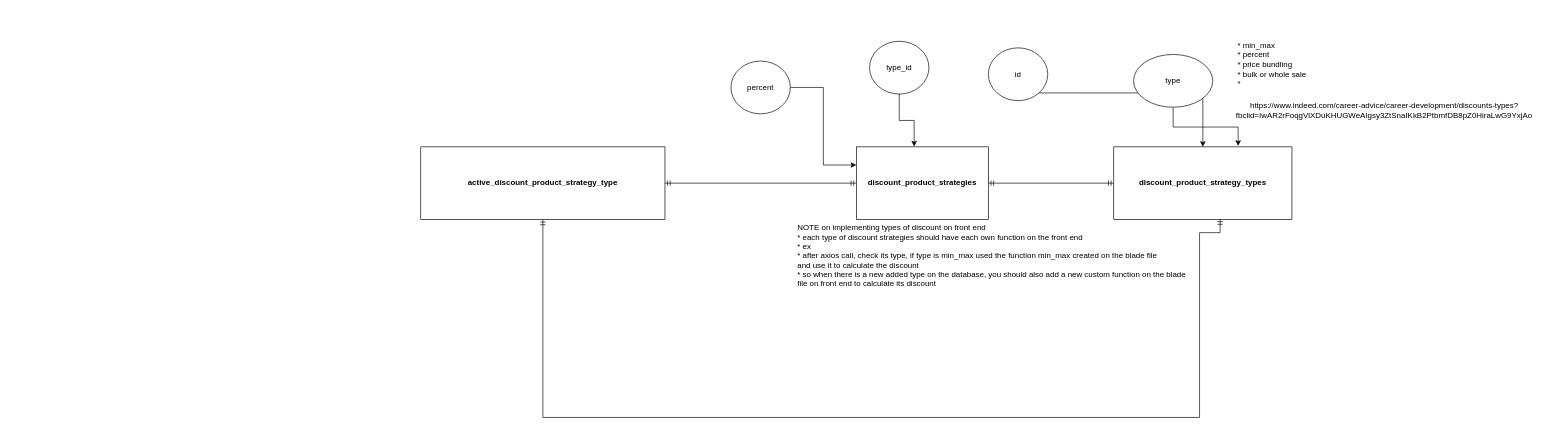
This is discount strategy.drawio from janpaulalmanoche/zz, a draw.io file, before an edit. Source tidied: cells renumbered, new cells numbered last; positions are measured from the earlier drawing's top-left corner, leaving out a move shared by most shapes. Both pictures are drawn from the tidied source at 66%, with x=0, y=0 at pixel (420, 41).
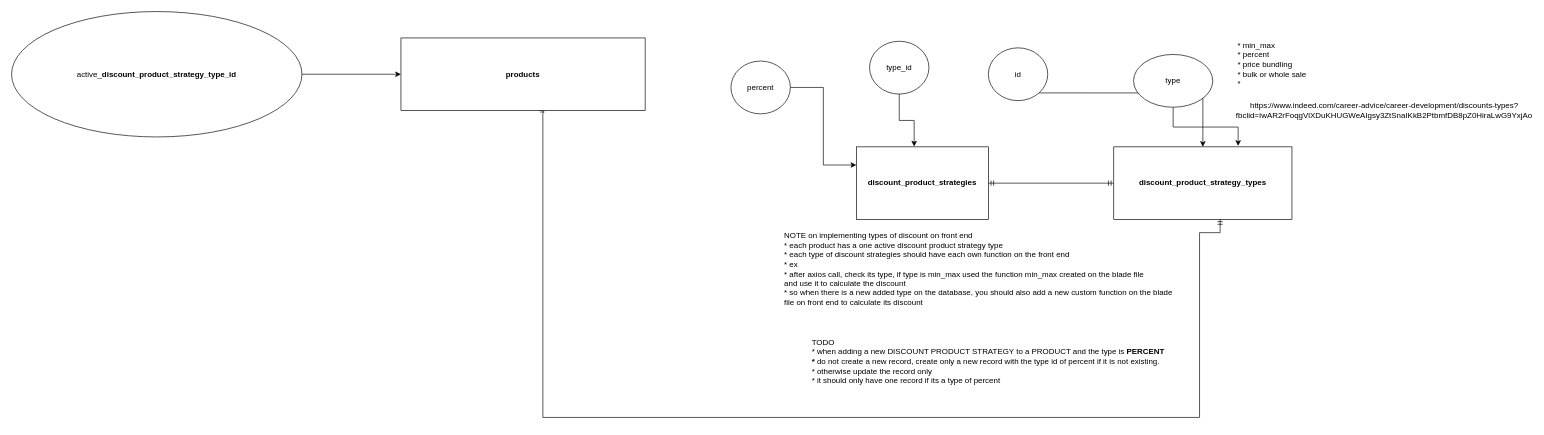
Above is the later version.

Unchanged cells that the change refers to:
```xml
<mxCell id="2" value="&lt;b&gt;discount_product_strategies&lt;/b&gt;" style="rounded=0;whiteSpace=wrap;html=1;" parent="1" vertex="1">
  <mxGeometry x="660" y="160" width="200" height="110" as="geometry" />
</mxCell>
<mxCell id="4" value="&lt;b&gt;discount_product_strategy_types&lt;/b&gt;" style="rounded=0;whiteSpace=wrap;html=1;" parent="1" vertex="1">
  <mxGeometry x="1050" y="160" width="270" height="110" as="geometry" />
</mxCell>
```

Change to the diagram source:
```diff
@@
-    <mxCell id="15" value="&lt;div style=&quot;text-align: left&quot;&gt;NOTE on implementing types of discount on front end&lt;/div&gt;&lt;div style=&quot;text-align: left&quot;&gt;* each type of discount strategies should have each own function on the front end&lt;/div&gt;&lt;div style=&quot;text-align: left&quot;&gt;* ex&lt;/div&gt;&lt;div style=&quot;text-align: left&quot;&gt;* after axios call, check its type, if type is min_max used the function min_max created on the blade file&lt;/div&gt;&lt;div style=&quot;text-align: left&quot;&gt;and use it to calculate the discount&lt;/div&gt;&lt;div style=&quot;text-align: left&quot;&gt;* so when there is a new added type on the database, you should also add a new custom function on the blade file on front end to calculate its discount&lt;/div&gt;" style="text;html=1;strokeColor=none;fillColor=none;align=center;verticalAlign=middle;whiteSpace=wrap;rounded=0;" parent="1" vertex="1">
-      <mxGeometry x="570" y="310" width="600" height="30" as="geometry" />
+    <mxCell id="15" value="&lt;div style=&quot;text-align: left&quot;&gt;NOTE on implementing types of discount on front end&lt;/div&gt;&lt;div style=&quot;text-align: left&quot;&gt;* each product has a one active discount product strategy type&lt;/div&gt;&lt;div style=&quot;text-align: left&quot;&gt;* each type of discount strategies should have each own function on the front end&lt;/div&gt;&lt;div style=&quot;text-align: left&quot;&gt;* ex&lt;/div&gt;&lt;div style=&quot;text-align: left&quot;&gt;* after axios call, check its type, if type is min_max used the function min_max created on the blade file&lt;/div&gt;&lt;div style=&quot;text-align: left&quot;&gt;and use it to calculate the discount&lt;/div&gt;&lt;div style=&quot;text-align: left&quot;&gt;* so when there is a new added type on the database, you should also add a new custom function on the blade file on front end to calculate its discount&lt;/div&gt;" style="text;html=1;strokeColor=none;fillColor=none;align=center;verticalAlign=middle;whiteSpace=wrap;rounded=0;" parent="1" vertex="1">
+      <mxGeometry x="550" y="265" width="600" height="160" as="geometry" />
     </mxCell>
-    <mxCell id="16" style="edgeStyle=orthogonalEdgeStyle;rounded=0;jettySize=auto;html=1;exitX=1;exitY=0.5;exitDx=0;exitDy=0;entryX=0;entryY=0.5;entryDx=0;entryDy=0;endArrow=ERmandOne;endFill=0;strokeColor=default;startArrow=ERmandOne;startFill=0;" parent="1" edge="1" source="18" target="2">
-      <mxGeometry relative="1" as="geometry" />
-    </mxCell>
-    <mxCell id="17" style="edgeStyle=orthogonalEdgeStyle;rounded=0;jettySize=auto;html=1;exitX=0.5;exitY=1;exitDx=0;exitDy=0;entryX=0.597;entryY=0.994;entryDx=0;entryDy=0;entryPerimeter=0;startArrow=ERmandOne;startFill=0;endArrow=ERmandOne;endFill=0;strokeColor=default;" parent="1" edge="1" source="18" target="4">
+    <mxCell id="17" style="edgeStyle=orthogonalEdgeStyle;rounded=0;jettySize=auto;html=1;exitX=0.563;exitY=0.997;exitDx=0;exitDy=0;entryX=0.597;entryY=0.994;entryDx=0;entryDy=0;entryPerimeter=0;startArrow=ERmandOne;startFill=0;endArrow=ERmandOne;endFill=0;strokeColor=default;exitPerimeter=0;" parent="1" edge="1" source="19" target="4">
       <mxGeometry relative="1" as="geometry">
         <Array as="points">
+          <mxPoint x="185" y="105" />
           <mxPoint x="185" y="570" />
           <mxPoint x="1180" y="570" />
           <mxPoint x="1180" y="290" />
           <mxPoint x="1211" y="290" />
         </Array>
       </mxGeometry>
     </mxCell>
-    <mxCell id="18" value="&lt;b&gt;active_&lt;/b&gt;&lt;b&gt;discount_product_strategy_type&lt;/b&gt;" style="rounded=0;whiteSpace=wrap;html=1;" parent="1" vertex="1">
-      <mxGeometry y="160" width="370" height="110" as="geometry" />
-    </mxCell>
+    <mxCell id="19" value="&lt;b&gt;products&lt;/b&gt;" style="rounded=0;whiteSpace=wrap;html=1;" parent="1" vertex="1">
+      <mxGeometry x="-30" y="-5" width="370" height="110" as="geometry" />
+    </mxCell>
+    <mxCell id="20" style="edgeStyle=orthogonalEdgeStyle;rounded=0;jettySize=auto;html=1;exitX=1;exitY=0.5;exitDx=0;exitDy=0;" parent="1" edge="1" source="21" target="19">
+      <mxGeometry relative="1" as="geometry" />
+    </mxCell>
+    <mxCell id="21" value="active_&lt;b&gt;discount_product_strategy_type_id&lt;/b&gt;" style="ellipse;whiteSpace=wrap;html=1;" parent="1" vertex="1">
+      <mxGeometry x="-620" y="-45" width="440" height="190" as="geometry" />
+    </mxCell>
+    <mxCell id="22" value="&lt;div style=&quot;text-align: left&quot;&gt;TODO&lt;/div&gt;&lt;div style=&quot;text-align: left&quot;&gt;* when adding a new DISCOUNT PRODUCT STRATEGY to a PRODUCT and the type is &lt;b&gt;PERCENT&lt;/b&gt;&lt;/div&gt;&lt;div style=&quot;text-align: left&quot;&gt;&lt;b&gt;* &lt;/b&gt;do not create a new record, create only a new record with the type id of percent if it is not existing.&lt;/div&gt;&lt;div style=&quot;text-align: left&quot;&gt;* otherwise update the record only&lt;/div&gt;&lt;div style=&quot;text-align: left&quot;&gt;* it should only have one record if its a type of percent&lt;/div&gt;" style="text;html=1;strokeColor=none;fillColor=none;align=center;verticalAlign=middle;whiteSpace=wrap;rounded=0;" parent="1" vertex="1">
+      <mxGeometry x="560" y="405" width="600" height="160" as="geometry" />
+    </mxCell>
```
